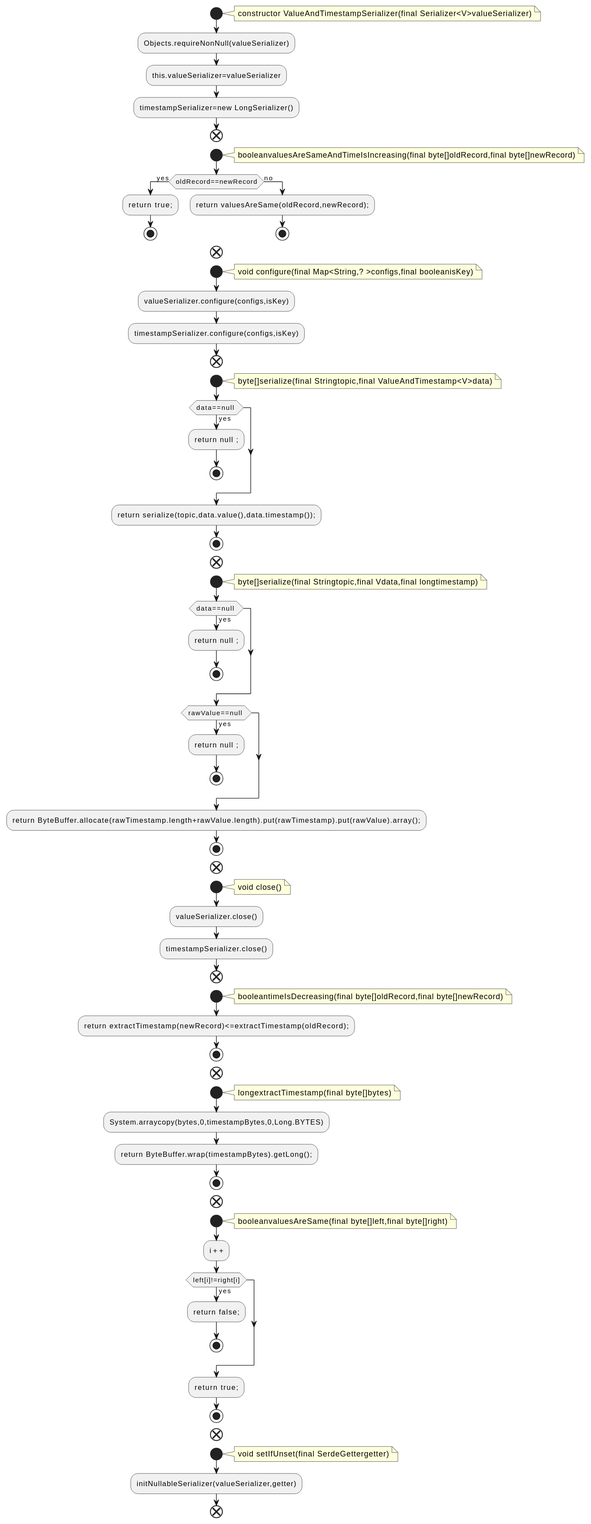
This is docs/qc/streams/src/main/java/org/apache/kafka/streams/state/internals/ValueAndTimestampSerializer.java.fct.svg from qualitesys/kafka, a PlantUML export, as it was before one commit. Source of this version:
```plantuml
@startuml
!pragma layout smetana
start
note right
constructor ValueAndTimestampSerializer(final Serializer<V>valueSerializer)
end note
:Objects.requireNonNull(valueSerializer);
:this.valueSerializer=valueSerializer;
:timestampSerializer=new LongSerializer();
end
start
note right
booleanvaluesAreSameAndTimeIsIncreasing(final byte[]oldRecord,final byte[]newRecord)
end note
if (oldRecord==newRecord) then (yes)
:return true;;
stop
else (no)
:return valuesAreSame(oldRecord,newRecord);;
stop
endif
end
start
note right
void configure(final Map<String,? >configs,final booleanisKey)
end note
:valueSerializer.configure(configs,isKey);
:timestampSerializer.configure(configs,isKey);
end
start
note right
byte[]serialize(final Stringtopic,final ValueAndTimestamp<V>data)
end note
if (data==null ) then (yes)
:return null ;;
stop
endif
:return serialize(topic,data.value(),data.timestamp());;
stop
end
start
note right
byte[]serialize(final Stringtopic,final Vdata,final longtimestamp)
end note
if (data==null ) then (yes)
:return null ;;
stop
endif
if (rawValue==null ) then (yes)
:return null ;;
stop
endif
:return ByteBuffer.allocate(rawTimestamp.length+rawValue.length).put(rawTimestamp).put(rawValue).array();;
stop
end
start
note right
void close()
end note
:valueSerializer.close();
:timestampSerializer.close();
end
start
note right
booleantimeIsDecreasing(final byte[]oldRecord,final byte[]newRecord)
end note
:return extractTimestamp(newRecord)<=extractTimestamp(oldRecord);;
stop
end
start
note right
longextractTimestamp(final byte[]bytes)
end note
:System.arraycopy(bytes,0,timestampBytes,0,Long.BYTES);
:return ByteBuffer.wrap(timestampBytes).getLong();;
stop
end
start
note right
booleanvaluesAreSame(final byte[]left,final byte[]right)
end note
:i++;
if (left[i]!=right[i]) then (yes)
:return false;;
stop
endif
:return true;;
stop
end
start
note right
void setIfUnset(final SerdeGettergetter)
end note
:initNullableSerializer(valueSerializer,getter);
end
@enduml
```
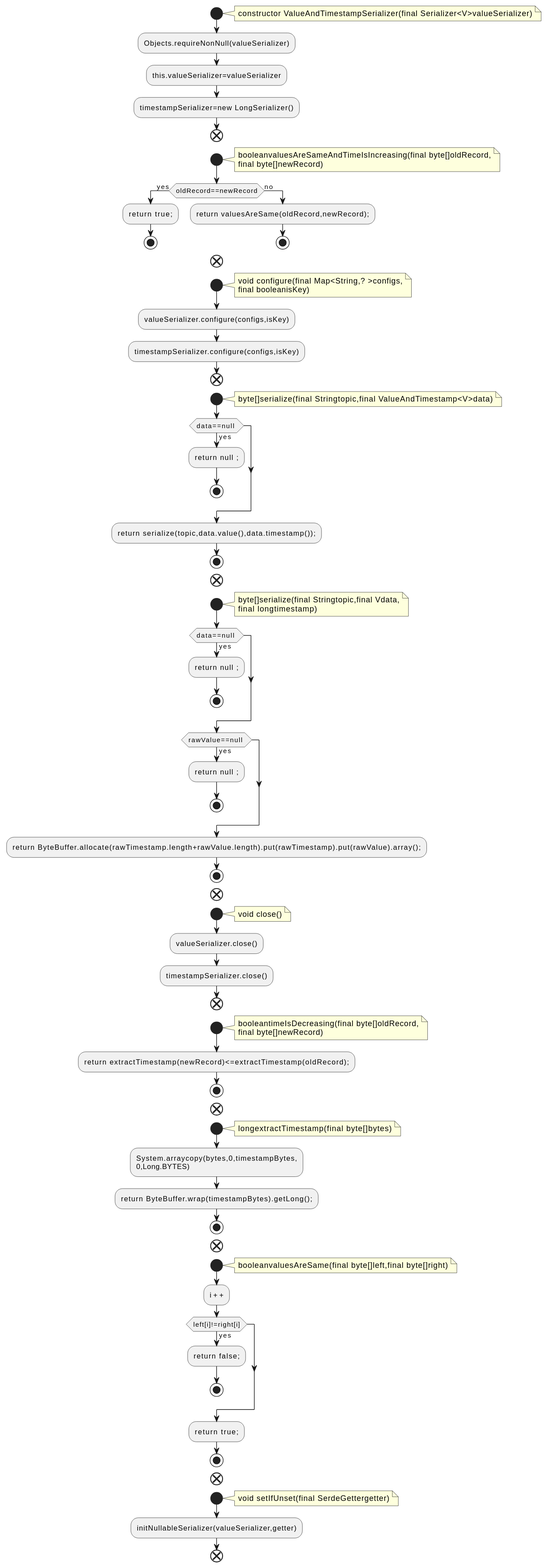
Later version of the same file.

What changed in the source:
```diff
@@ -10,7 +10,8 @@
 end
 start
 note right
-booleanvaluesAreSameAndTimeIsIncreasing(final byte[]oldRecord,final byte[]newRecord)
+booleanvaluesAreSameAndTimeIsIncreasing(final byte[]oldRecord,
+final byte[]newRecord)
 end note
 if (oldRecord==newRecord) then (yes)
 :return true;;
@@ -22,7 +23,8 @@
 end
 start
 note right
-void configure(final Map<String,? >configs,final booleanisKey)
+void configure(final Map<String,? >configs,
+final booleanisKey)
 end note
 :valueSerializer.configure(configs,isKey);
 :timestampSerializer.configure(configs,isKey);
@@ -40,7 +42,8 @@
 end
 start
 note right
-byte[]serialize(final Stringtopic,final Vdata,final longtimestamp)
+byte[]serialize(final Stringtopic,final Vdata,
+final longtimestamp)
 end note
 if (data==null ) then (yes)
 :return null ;;
@@ -62,7 +65,8 @@
 end
 start
 note right
-booleantimeIsDecreasing(final byte[]oldRecord,final byte[]newRecord)
+booleantimeIsDecreasing(final byte[]oldRecord,
+final byte[]newRecord)
 end note
 :return extractTimestamp(newRecord)<=extractTimestamp(oldRecord);;
 stop
@@ -71,7 +75,8 @@
 note right
 longextractTimestamp(final byte[]bytes)
 end note
-:System.arraycopy(bytes,0,timestampBytes,0,Long.BYTES);
+:System.arraycopy(bytes,0,timestampBytes,
+0,Long.BYTES);
 :return ByteBuffer.wrap(timestampBytes).getLong();;
 stop
 end
```
